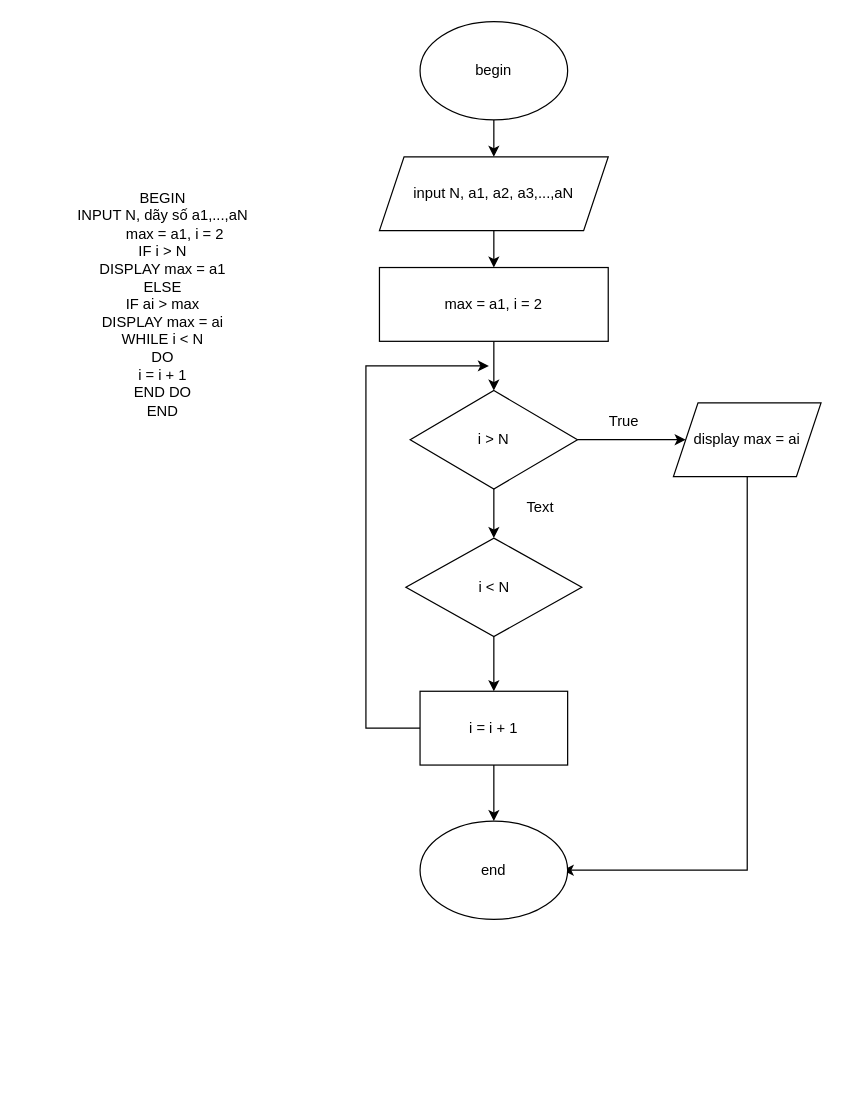
DanHuy77/C0722G1-DangNhatHuy keeps this draw.io diagram as ss3_ma_gia_luu_do/thuattoantimsolonnhattrongdayso.drawio. Above is the earlier version. Source tidied: cells renumbered, new cells numbered last; positions are measured from the earlier drawing's top-left corner, leaving out a move shared by most shapes. Both pictures are drawn from the tidied source at 123%, with x=0, y=0 at pixel (21, 21).
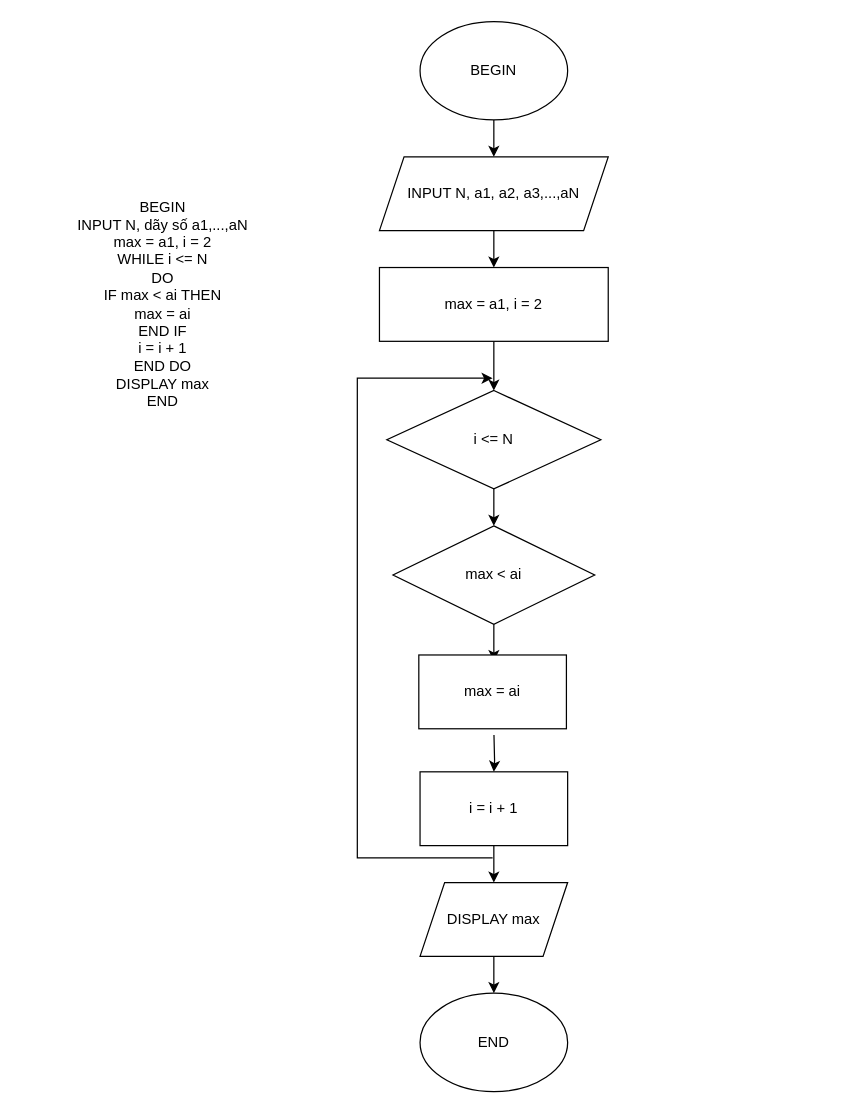
After the change.

Unchanged cells that the change refers to:
```xml
<mxCell id="11" value="max = a1, i = 2" style="rounded=0;whiteSpace=wrap;html=1;" parent="1" vertex="1">
  <mxGeometry x="291" y="200" width="186" height="60" as="geometry" />
</mxCell>
```

The edit, as a diff of the source:
```diff
@@
-    <mxCell id="3" value="begin" style="ellipse;whiteSpace=wrap;html=1;" parent="1" vertex="1">
+    <mxCell id="3" value="BEGIN" style="ellipse;whiteSpace=wrap;html=1;" parent="1" vertex="1">
       <mxGeometry x="324" width="120" height="80" as="geometry" />
     </mxCell>
-    <mxCell id="4" value="&lt;div&gt;BEGIN&lt;/div&gt;&lt;div&gt;INPUT N, dãy số a1,...,aN&lt;/div&gt;&lt;div&gt;&amp;nbsp; &amp;nbsp; &amp;nbsp; max = a1, i = 2&lt;/div&gt;&lt;div&gt;IF i &amp;gt; N&lt;/div&gt;&lt;div&gt;DISPLAY max = a1&lt;/div&gt;&lt;div&gt;ELSE&lt;/div&gt;&lt;div&gt;IF ai &amp;gt; max&lt;/div&gt;&lt;div&gt;DISPLAY max = ai&lt;/div&gt;&lt;div&gt;WHILE i &amp;lt; N&lt;/div&gt;&lt;div&gt;DO&lt;/div&gt;&lt;div&gt;i = i + 1&lt;/div&gt;&lt;div&gt;END DO&lt;/div&gt;&lt;div&gt;END&lt;/div&gt;" style="text;html=1;strokeColor=none;fillColor=none;align=center;verticalAlign=middle;whiteSpace=wrap;rounded=0;" parent="1" vertex="1">
+    <mxCell id="4" value="&lt;div&gt;BEGIN&lt;/div&gt;&lt;div&gt;&lt;span style=&quot;&quot;&gt;&#9;&lt;/span&gt;INPUT N, dãy số a1,...,aN&lt;/div&gt;&lt;div&gt;&lt;span style=&quot;&quot;&gt;&#9;&lt;/span&gt;max = a1, i = 2&lt;/div&gt;&lt;div&gt;&lt;span style=&quot;&quot;&gt;&#9;&lt;/span&gt;&lt;/div&gt;&lt;div&gt;&lt;span style=&quot;&quot;&gt;&#9;&lt;/span&gt;WHILE i &amp;lt;= N&lt;/div&gt;&lt;div&gt;&lt;span style=&quot;&quot;&gt;&#9;&lt;/span&gt;DO&lt;/div&gt;&lt;div&gt;&lt;span style=&quot;&quot;&gt;&#9;&lt;/span&gt;IF max &amp;lt; ai THEN&lt;/div&gt;&lt;div&gt;&lt;span style=&quot;&quot;&gt;&#9;&lt;/span&gt;max = ai&lt;/div&gt;&lt;div&gt;&lt;span style=&quot;&quot;&gt;&#9;&lt;/span&gt;END IF&lt;/div&gt;&lt;div&gt;&lt;span style=&quot;&quot;&gt;&#9;&lt;/span&gt;i = i + 1&lt;/div&gt;&lt;div&gt;&lt;span style=&quot;&quot;&gt;&#9;&lt;/span&gt;END DO&lt;/div&gt;&lt;div&gt;&lt;span style=&quot;&quot;&gt;&#9;&lt;/span&gt;DISPLAY max&lt;/div&gt;&lt;div&gt;END&lt;/div&gt;" style="text;html=1;strokeColor=none;fillColor=none;align=center;verticalAlign=middle;whiteSpace=wrap;rounded=0;" parent="1" vertex="1">
       <mxGeometry y="215" width="230" height="30" as="geometry" />
     </mxCell>
@@
-    <mxCell id="6" value="input N, a1, a2, a3,...,aN" style="shape=parallelogram;perimeter=parallelogramPerimeter;whiteSpace=wrap;html=1;fixedSize=1;" parent="1" vertex="1">
+    <mxCell id="6" value="INPUT N, a1, a2, a3,...,aN" style="shape=parallelogram;perimeter=parallelogramPerimeter;whiteSpace=wrap;html=1;fixedSize=1;" parent="1" vertex="1">
       <mxGeometry x="291" y="110" width="186" height="60" as="geometry" />
     </mxCell>
-    <mxCell id="7" style="edgeStyle=orthogonalEdgeStyle;rounded=0;jettySize=auto;html=1;" parent="1" edge="1" source="9" target="15">
-      <mxGeometry relative="1" as="geometry" />
-    </mxCell>
-    <mxCell id="8" style="edgeStyle=orthogonalEdgeStyle;rounded=0;jettySize=auto;html=1;" parent="1" edge="1" source="9" target="13">
-      <mxGeometry relative="1" as="geometry" />
-    </mxCell>
-    <mxCell id="9" value="i &amp;gt; N" style="rhombus;whiteSpace=wrap;html=1;" parent="1" vertex="1">
-      <mxGeometry x="316" y="300" width="136" height="80" as="geometry" />
-    </mxCell>
-    <mxCell id="10" style="edgeStyle=orthogonalEdgeStyle;rounded=0;jettySize=auto;html=1;" parent="1" edge="1" source="11" target="9">
-      <mxGeometry relative="1" as="geometry" />
+    <mxCell id="10" style="edgeStyle=orthogonalEdgeStyle;rounded=0;jettySize=auto;html=1;" parent="1" edge="1" source="11">
+      <mxGeometry relative="1" as="geometry">
+        <mxPoint x="384" y="300" as="targetPoint" />
+      </mxGeometry>
     </mxCell>
@@
-    <mxCell id="12" style="edgeStyle=orthogonalEdgeStyle;rounded=0;jettySize=auto;html=1;" parent="1" edge="1" source="13">
-      <mxGeometry relative="1" as="geometry">
-        <mxPoint x="440" y="690" as="targetPoint" />
-        <Array as="points">
-          <mxPoint x="590" y="690" />
-          <mxPoint x="442" y="690" />
-        </Array>
-      </mxGeometry>
-    </mxCell>
-    <mxCell id="13" value="display max = ai" style="shape=parallelogram;perimeter=parallelogramPerimeter;whiteSpace=wrap;html=1;fixedSize=1;" parent="1" vertex="1">
-      <mxGeometry x="530" y="310" width="120" height="60" as="geometry" />
-    </mxCell>
-    <mxCell id="14" style="edgeStyle=orthogonalEdgeStyle;rounded=0;jettySize=auto;html=1;" parent="1" edge="1" source="15" target="18">
-      <mxGeometry relative="1" as="geometry" />
-    </mxCell>
-    <mxCell id="15" value="i &amp;lt; N" style="rhombus;whiteSpace=wrap;html=1;" parent="1" vertex="1">
-      <mxGeometry x="312.5" y="420" width="143" height="80" as="geometry" />
-    </mxCell>
-    <mxCell id="16" style="edgeStyle=orthogonalEdgeStyle;rounded=0;jettySize=auto;html=1;" parent="1" edge="1" source="18" target="19">
-      <mxGeometry relative="1" as="geometry" />
-    </mxCell>
-    <mxCell id="17" style="edgeStyle=orthogonalEdgeStyle;rounded=0;jettySize=auto;html=1;" parent="1" edge="1" source="18">
-      <mxGeometry relative="1" as="geometry">
-        <mxPoint x="380" y="280" as="targetPoint" />
-        <Array as="points">
-          <mxPoint x="280" y="575" />
-          <mxPoint x="280" y="280" />
-        </Array>
-      </mxGeometry>
-    </mxCell>
+    <mxCell id="22" style="edgeStyle=orthogonalEdgeStyle;rounded=0;jettySize=auto;html=1;" parent="1" edge="1" source="23" target="25">
+      <mxGeometry relative="1" as="geometry" />
+    </mxCell>
+    <mxCell id="23" value="i &amp;lt;= N" style="rhombus;whiteSpace=wrap;html=1;" parent="1" vertex="1">
+      <mxGeometry x="297" y="300" width="174" height="80" as="geometry" />
+    </mxCell>
+    <mxCell id="24" style="edgeStyle=orthogonalEdgeStyle;rounded=0;jettySize=auto;html=1;" parent="1" edge="1" source="25">
+      <mxGeometry relative="1" as="geometry">
+        <mxPoint x="384.1" y="520" as="targetPoint" />
+      </mxGeometry>
+    </mxCell>
+    <mxCell id="25" value="max &amp;lt; ai" style="rhombus;whiteSpace=wrap;html=1;" parent="1" vertex="1">
+      <mxGeometry x="302" y="410" width="164" height="80" as="geometry" />
+    </mxCell>
+    <mxCell id="26" style="edgeStyle=orthogonalEdgeStyle;rounded=0;jettySize=auto;html=1;" parent="1" edge="1" target="18">
+      <mxGeometry relative="1" as="geometry">
+        <mxPoint x="384.1" y="580" as="sourcePoint" />
+      </mxGeometry>
+    </mxCell>
+    <mxCell id="27" style="edgeStyle=orthogonalEdgeStyle;rounded=0;jettySize=auto;html=1;" parent="1" edge="1" source="18" target="29">
+      <mxGeometry relative="1" as="geometry" />
+    </mxCell>
     <mxCell id="18" value="i = i + 1" style="rounded=0;whiteSpace=wrap;html=1;" parent="1" vertex="1">
-      <mxGeometry x="324" y="544.5" width="120" height="60" as="geometry" />
+      <mxGeometry x="324" y="610" width="120" height="60" as="geometry" />
     </mxCell>
-    <mxCell id="19" value="end" style="ellipse;whiteSpace=wrap;html=1;" parent="1" vertex="1">
-      <mxGeometry x="324" y="650" width="120" height="80" as="geometry" />
-    </mxCell>
-    <mxCell id="20" value="True" style="text;html=1;strokeColor=none;fillColor=none;align=center;verticalAlign=middle;whiteSpace=wrap;rounded=0;" parent="1" vertex="1">
-      <mxGeometry x="460" y="310" width="60" height="30" as="geometry" />
-    </mxCell>
-    <mxCell id="21" value="Text" style="text;html=1;strokeColor=none;fillColor=none;align=center;verticalAlign=middle;whiteSpace=wrap;rounded=0;" parent="1" vertex="1">
-      <mxGeometry x="392" y="380" width="60" height="30" as="geometry" />
-    </mxCell>
+    <mxCell id="28" style="edgeStyle=orthogonalEdgeStyle;rounded=0;jettySize=auto;html=1;" parent="1" edge="1" source="29" target="30">
+      <mxGeometry relative="1" as="geometry" />
+    </mxCell>
+    <mxCell id="29" value="DISPLAY max" style="shape=parallelogram;perimeter=parallelogramPerimeter;whiteSpace=wrap;html=1;fixedSize=1;" parent="1" vertex="1">
+      <mxGeometry x="324" y="700" width="120" height="60" as="geometry" />
+    </mxCell>
+    <mxCell id="30" value="END" style="ellipse;whiteSpace=wrap;html=1;" parent="1" vertex="1">
+      <mxGeometry x="324" y="790" width="120" height="80" as="geometry" />
+    </mxCell>
+    <mxCell id="31" value="max = ai" style="rounded=0;whiteSpace=wrap;html=1;" parent="1" vertex="1">
+      <mxGeometry x="323" y="515" width="120" height="60" as="geometry" />
+    </mxCell>
+    <mxCell id="32" style="endArrow=classic;html=1;rounded=0;" parent="1" edge="1">
+      <mxGeometry relative="1" as="geometry">
+        <mxPoint x="383" y="680" as="sourcePoint" />
+        <mxPoint x="383" y="290" as="targetPoint" />
+        <Array as="points">
+          <mxPoint x="273" y="680" />
+          <mxPoint x="273" y="480" />
+          <mxPoint x="273" y="290" />
+        </Array>
+      </mxGeometry>
+    </mxCell>
```
